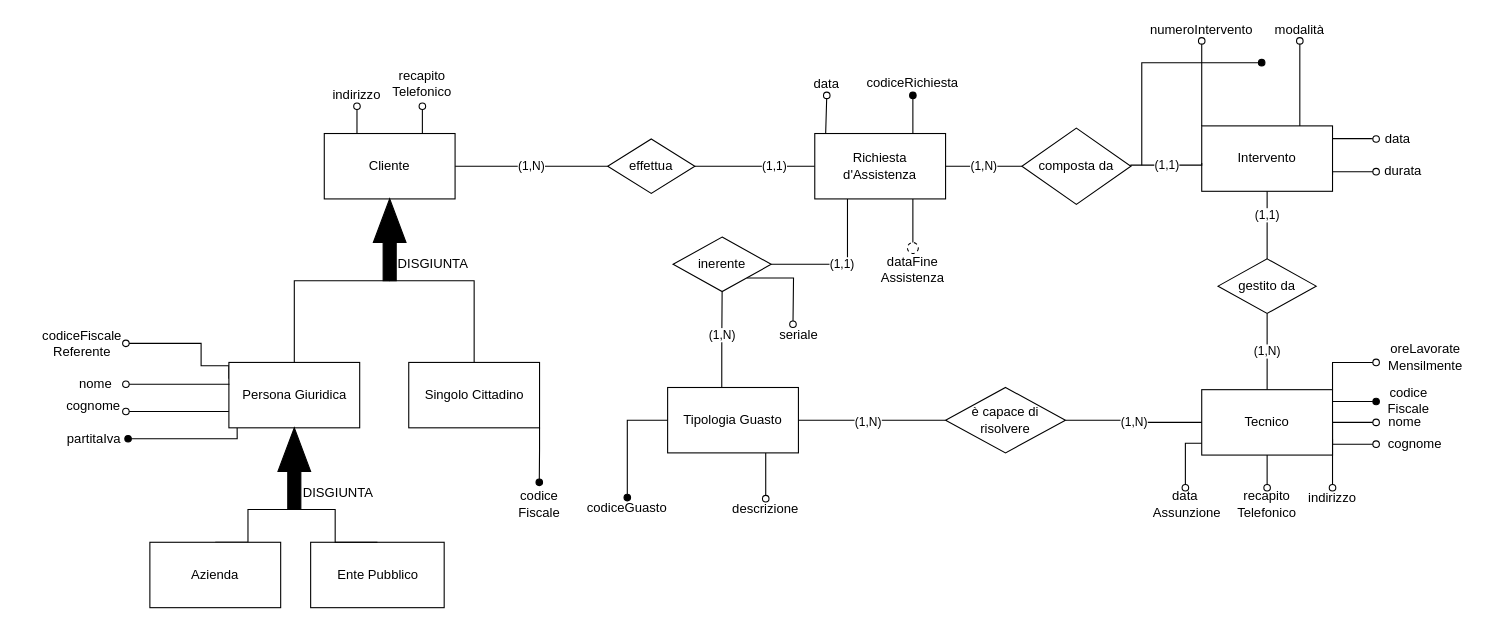
Before: Definitivo.drawio in GiovanniRaseraF/ProgettoBasiDiDatiLaboratorio, a draw.io diagram. Source tidied: cells renumbered, new cells numbered last; positions are measured from the earlier drawing's top-left corner, leaving out a move shared by most shapes. Both pictures are drawn from the tidied source at 109%, with x=0, y=0 at pixel (38, 19).
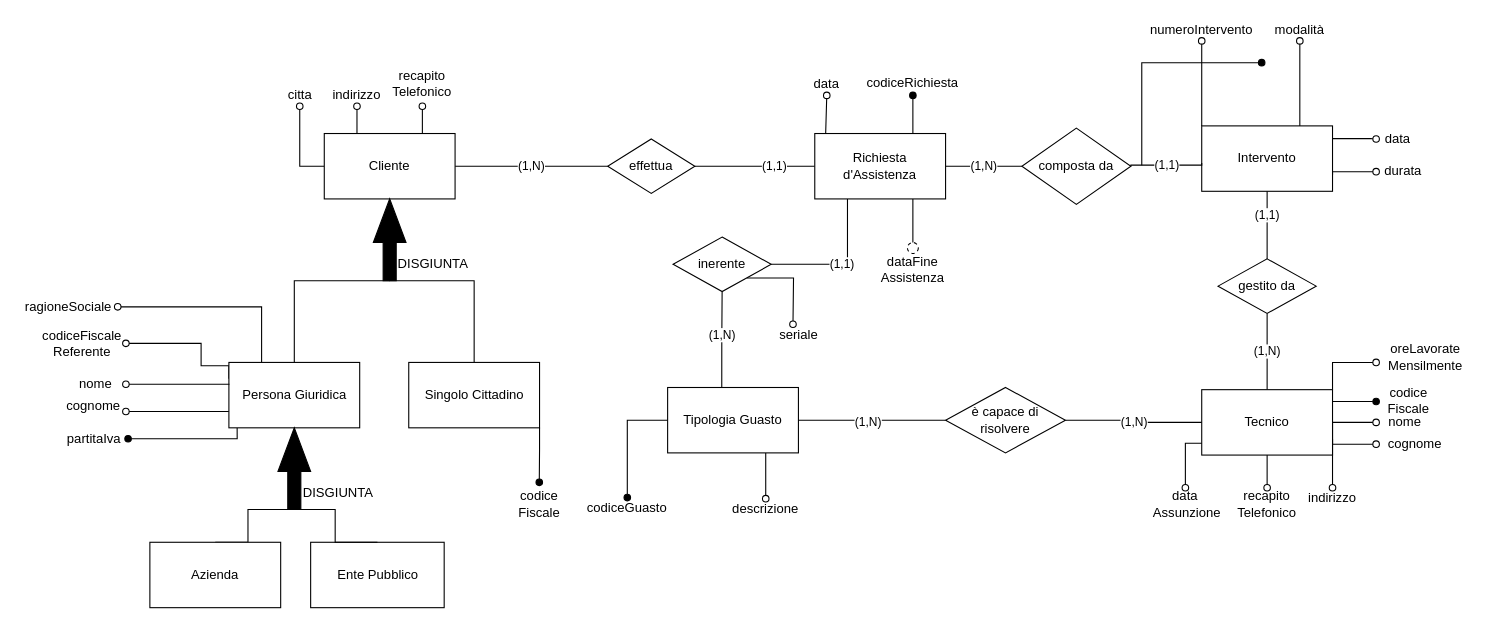
The same diagram, later.

Unchanged cells that the change refers to:
```xml
<mxCell id="4" value="Cliente" style="rounded=0;whiteSpace=wrap;html=1;" parent="1" vertex="1">
  <mxGeometry x="262" y="105" width="120" height="60" as="geometry" />
</mxCell>
<mxCell id="64" value="Persona Giuridica" style="rounded=0;whiteSpace=wrap;html=1;" parent="1" vertex="1">
  <mxGeometry x="174.5" y="315" width="120" height="60" as="geometry" />
</mxCell>
```

The edit, as a diff of the source:
```diff
@@
+    <mxCell id="89" style="edgeStyle=orthogonalEdgeStyle;rounded=0;jettySize=auto;html=1;exitX=0;exitY=0.5;exitDx=0;exitDy=0;endArrow=oval;endFill=0;" parent="1" edge="1" source="4" target="92">
+      <mxGeometry relative="1" as="geometry" />
+    </mxCell>
@@
+    <mxCell id="90" style="edgeStyle=orthogonalEdgeStyle;rounded=0;jettySize=auto;html=1;exitX=0.25;exitY=0;exitDx=0;exitDy=0;entryX=1;entryY=0.5;entryDx=0;entryDy=0;endArrow=oval;endFill=0;" parent="1" edge="1" source="64" target="91">
+      <mxGeometry relative="1" as="geometry" />
+    </mxCell>
@@
+    <mxCell id="91" value="ragioneSociale" style="text;html=1;strokeColor=none;fillColor=none;align=center;verticalAlign=middle;whiteSpace=wrap;rounded=0;" parent="1" vertex="1">
+      <mxGeometry x="-18" y="254" width="90.5" height="20" as="geometry" />
+    </mxCell>
+    <mxCell id="92" value="citta" style="text;html=1;strokeColor=none;fillColor=none;align=center;verticalAlign=middle;whiteSpace=wrap;rounded=0;" parent="1" vertex="1">
+      <mxGeometry x="219.5" y="60" width="40" height="20" as="geometry" />
+    </mxCell>
```
